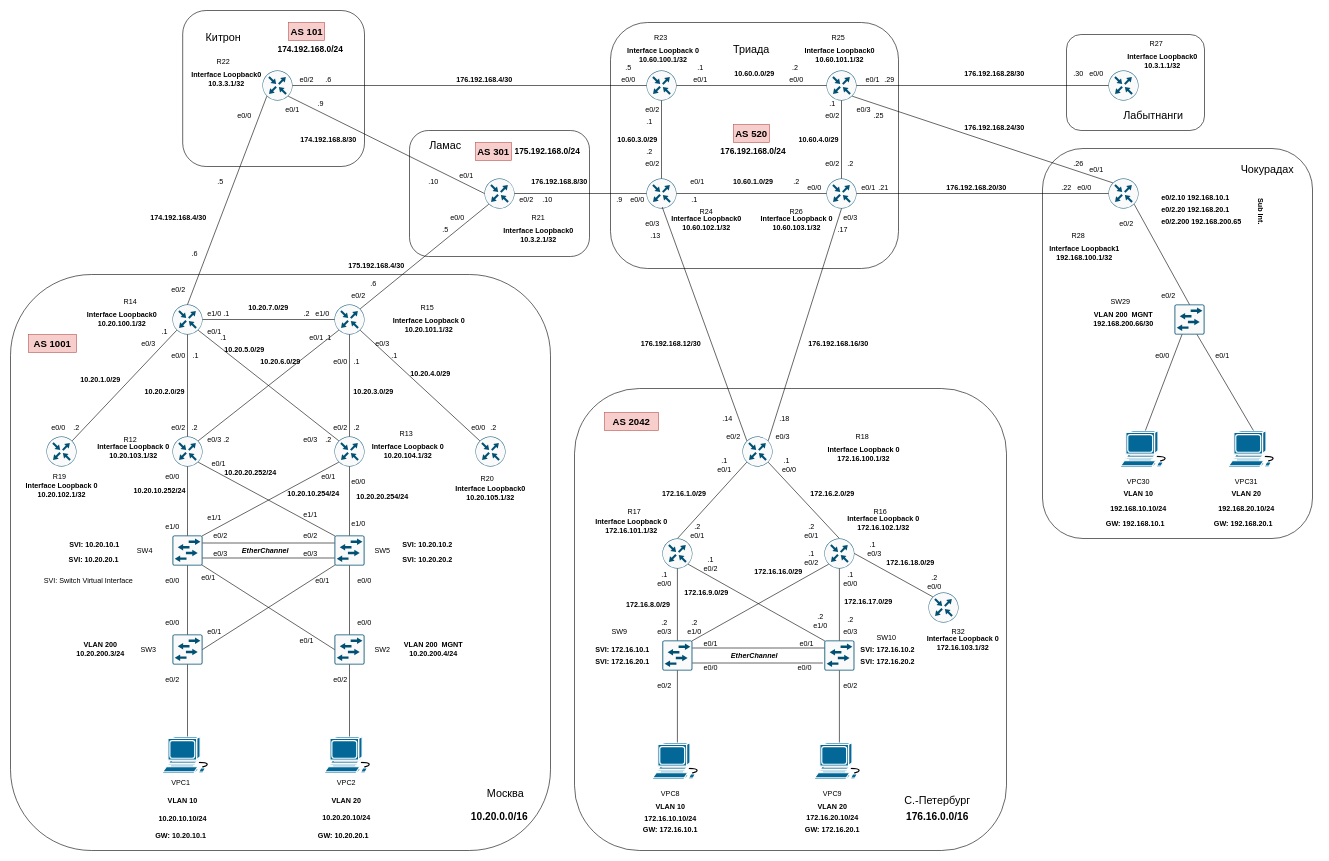
This is page "Basic IP plan" (1 of 5) of Lab04.drawio from fueller-max/drawio, a draw.io file, before an edit. Source tidied: cells renumbered, new cells numbered last; positions are measured from the earlier drawing's top-left corner, leaving out a move shared by most shapes. Both pictures are drawn from the tidied source at 60%, with x=0, y=0 at pixel (10, 10).
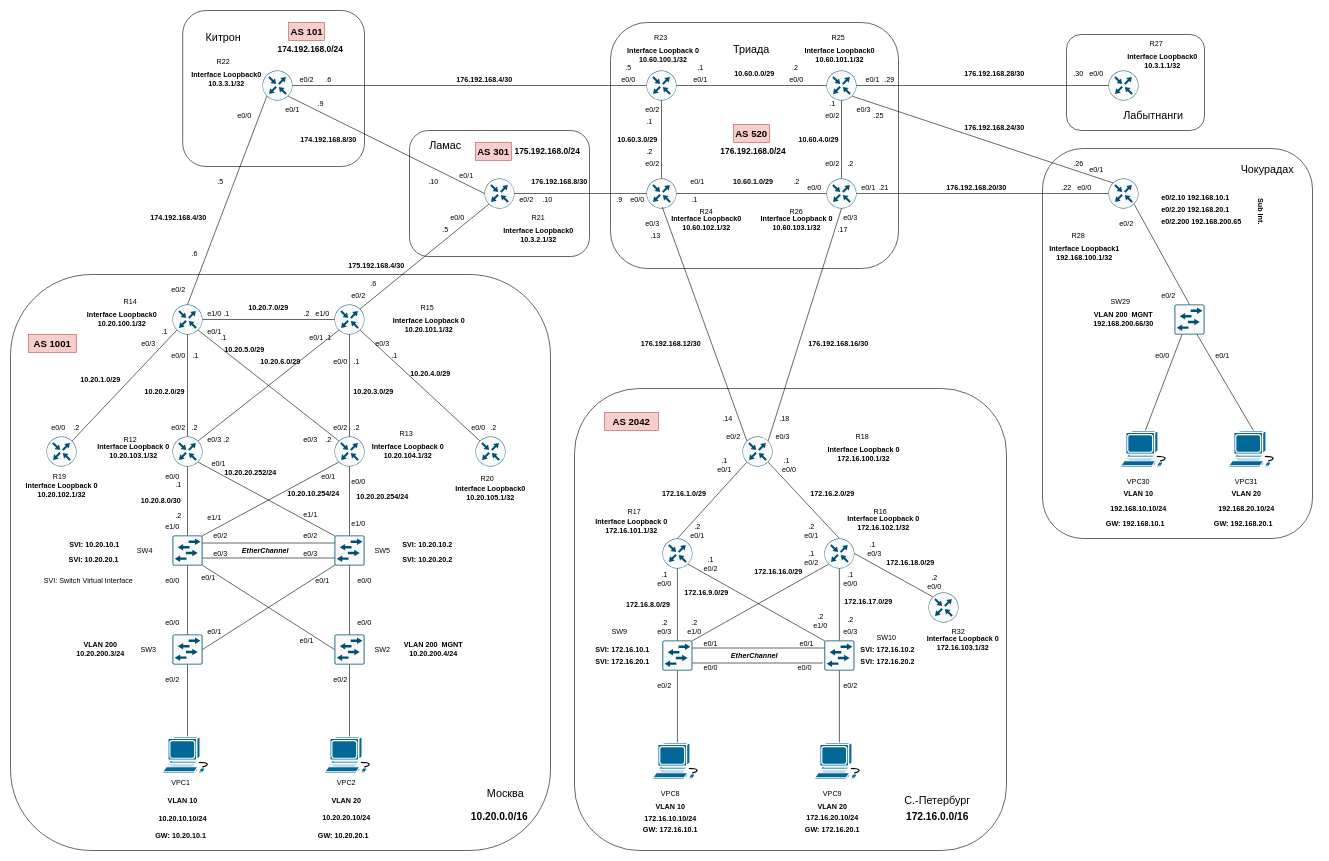
The same diagram, later.

What changed in the source:
```diff
@@
-    <mxCell id="281" value="10.20.10.252/24" style="text;html=1;align=center;verticalAlign=middle;whiteSpace=wrap;rounded=0;fontStyle=1;" parent="1" vertex="1">
-      <mxGeometry x="218.5" y="785" width="60" height="30" as="geometry" />
+    <mxCell id="281" value="10.20.8.0/30" style="text;html=1;align=center;verticalAlign=middle;whiteSpace=wrap;rounded=0;fontStyle=1;" parent="1" vertex="1">
+      <mxGeometry x="221" y="803" width="60" height="30" as="geometry" />
     </mxCell>
@@
-    <mxCell id="303" value="176.16.0.0/16" style="text;html=1;align=center;verticalAlign=middle;whiteSpace=wrap;rounded=0;fontStyle=1;fontSize=17;" parent="1" vertex="1">
+    <mxCell id="303" value="172&lt;span style=&quot;background-color: transparent; color: light-dark(rgb(0, 0, 0), rgb(255, 255, 255));&quot;&gt;.16.0.0/16&lt;/span&gt;" style="text;html=1;align=center;verticalAlign=middle;whiteSpace=wrap;rounded=0;fontStyle=1;fontSize=17;" parent="1" vertex="1">
       <mxGeometry x="1495" y="1330" width="100" height="30" as="geometry" />
     </mxCell>
@@
+    <mxCell id="366" value=".1" style="text;html=1;align=center;verticalAlign=middle;whiteSpace=wrap;rounded=0;" parent="1" vertex="1">
+      <mxGeometry x="250" y="776" width="60" height="30" as="geometry" />
+    </mxCell>
+    <mxCell id="367" value=".2" style="text;html=1;align=center;verticalAlign=middle;whiteSpace=wrap;rounded=0;" parent="1" vertex="1">
+      <mxGeometry x="250" y="828" width="60" height="30" as="geometry" />
+    </mxCell>
```
